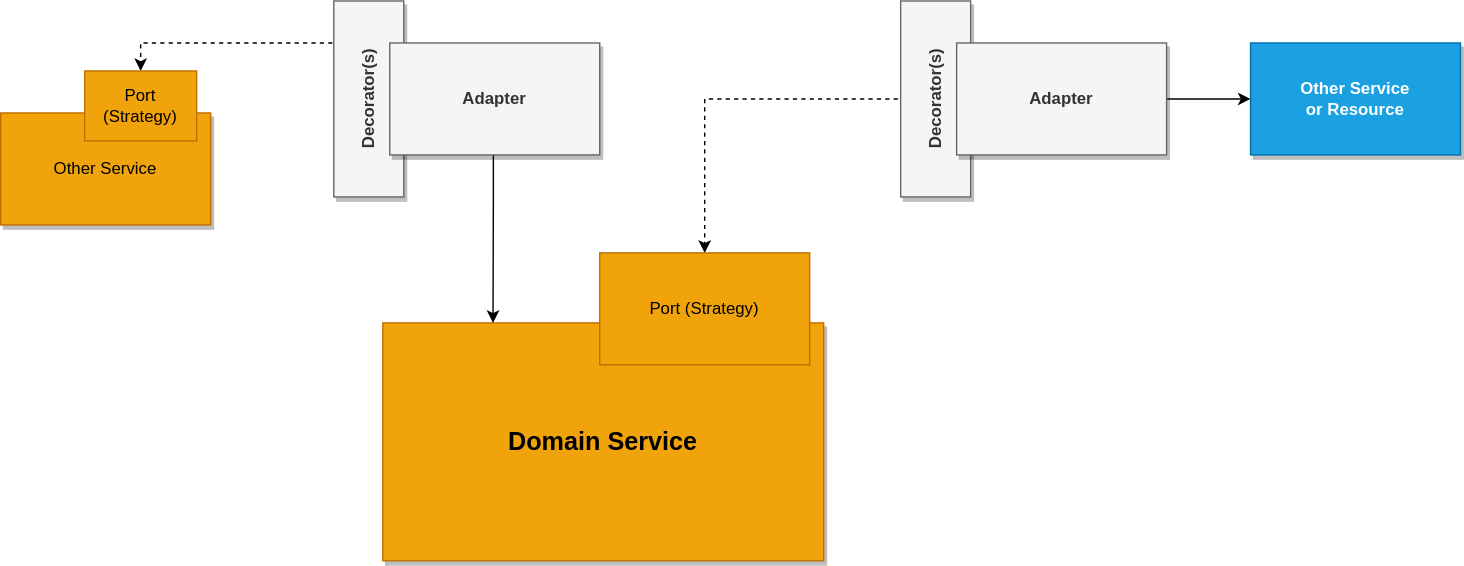
The draw.io diagram static/post-media/Open-closed-by-example/pattern-diagram.drawio.svg in farlee2121/DevEssentialsBlog, before a commit. Source tidied: cells renumbered, new cells last; positions are measured from the earlier drawing's top-left corner, leaving out a move shared by most shapes.
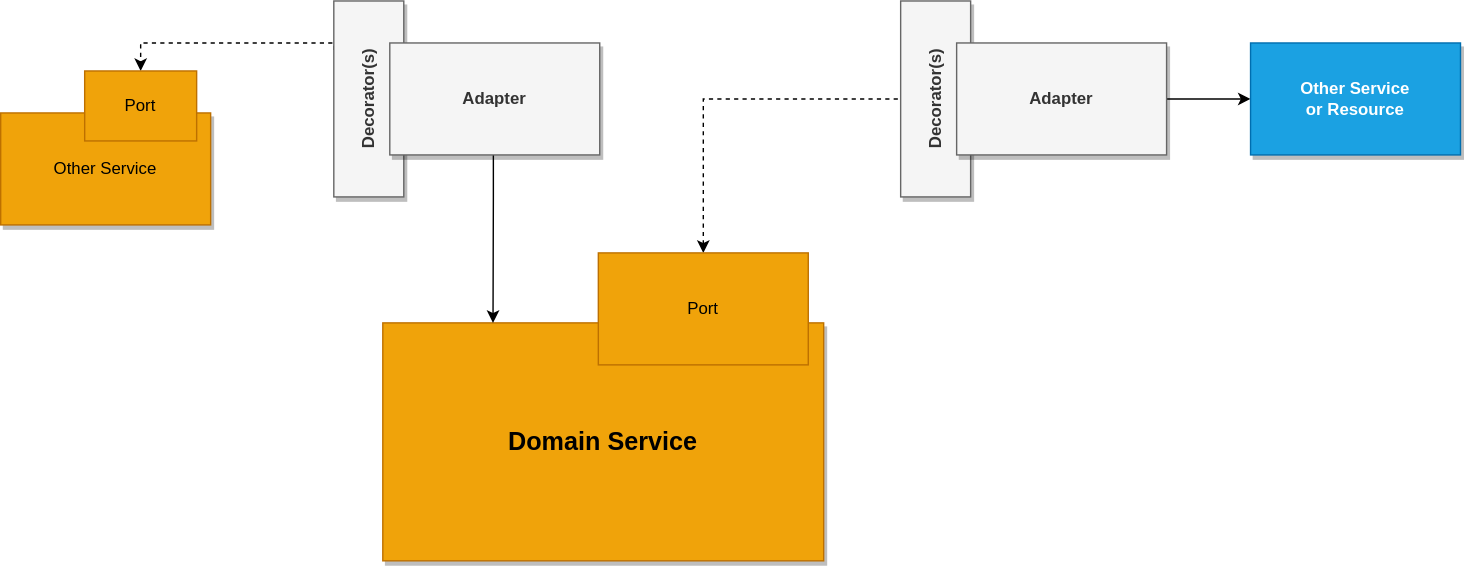
The same diagram one commit later.

Commit message:
Reshap OCP architecture benefits flow

Diff of the diagram source:
```diff
@@ -11,8 +11,8 @@
     <mxCell id="4" value="&lt;font style=&quot;font-size: 18px&quot;&gt;&lt;b&gt;Domain Service&lt;/b&gt;&lt;/font&gt;" style="whiteSpace=wrap;html=1;fillColor=#f0a30a;strokeColor=#BD7000;fontColor=#000000;shadow=1;" parent="1" vertex="1">
       <mxGeometry x="273" y="230" width="315" height="170" as="geometry" />
     </mxCell>
-    <mxCell id="5" value="Port (Strategy)" style="whiteSpace=wrap;html=1;fillColor=#f0a30a;strokeColor=#BD7000;fontColor=#000000;shadow=0;" parent="1" vertex="1">
-      <mxGeometry x="428" y="180" width="150" height="80" as="geometry" />
+    <mxCell id="5" value="Port" style="whiteSpace=wrap;html=1;fillColor=#f0a30a;strokeColor=#BD7000;fontColor=#000000;shadow=0;" parent="1" vertex="1">
+      <mxGeometry x="427" y="180" width="150" height="80" as="geometry" />
     </mxCell>
     <mxCell id="6" style="edgeStyle=orthogonalEdgeStyle;rounded=0;jettySize=auto;html=1;" parent="1" edge="1" source="7" target="8">
       <mxGeometry relative="1" as="geometry" />
@@ -48,7 +48,7 @@
     <mxCell id="13" value="Other Service" style="whiteSpace=wrap;html=1;fillColor=#f0a30a;strokeColor=#BD7000;fontColor=#000000;shadow=1;" parent="1" vertex="1">
       <mxGeometry y="80" width="150" height="80" as="geometry" />
     </mxCell>
-    <mxCell id="14" value="Port (Strategy)" style="whiteSpace=wrap;html=1;fillColor=#f0a30a;strokeColor=#BD7000;fontColor=#000000;shadow=0;" parent="1" vertex="1">
+    <mxCell id="14" value="Port" style="whiteSpace=wrap;html=1;fillColor=#f0a30a;strokeColor=#BD7000;fontColor=#000000;shadow=0;" parent="1" vertex="1">
       <mxGeometry x="60" y="50" width="80" height="50" as="geometry" />
     </mxCell>
   </root>
```
